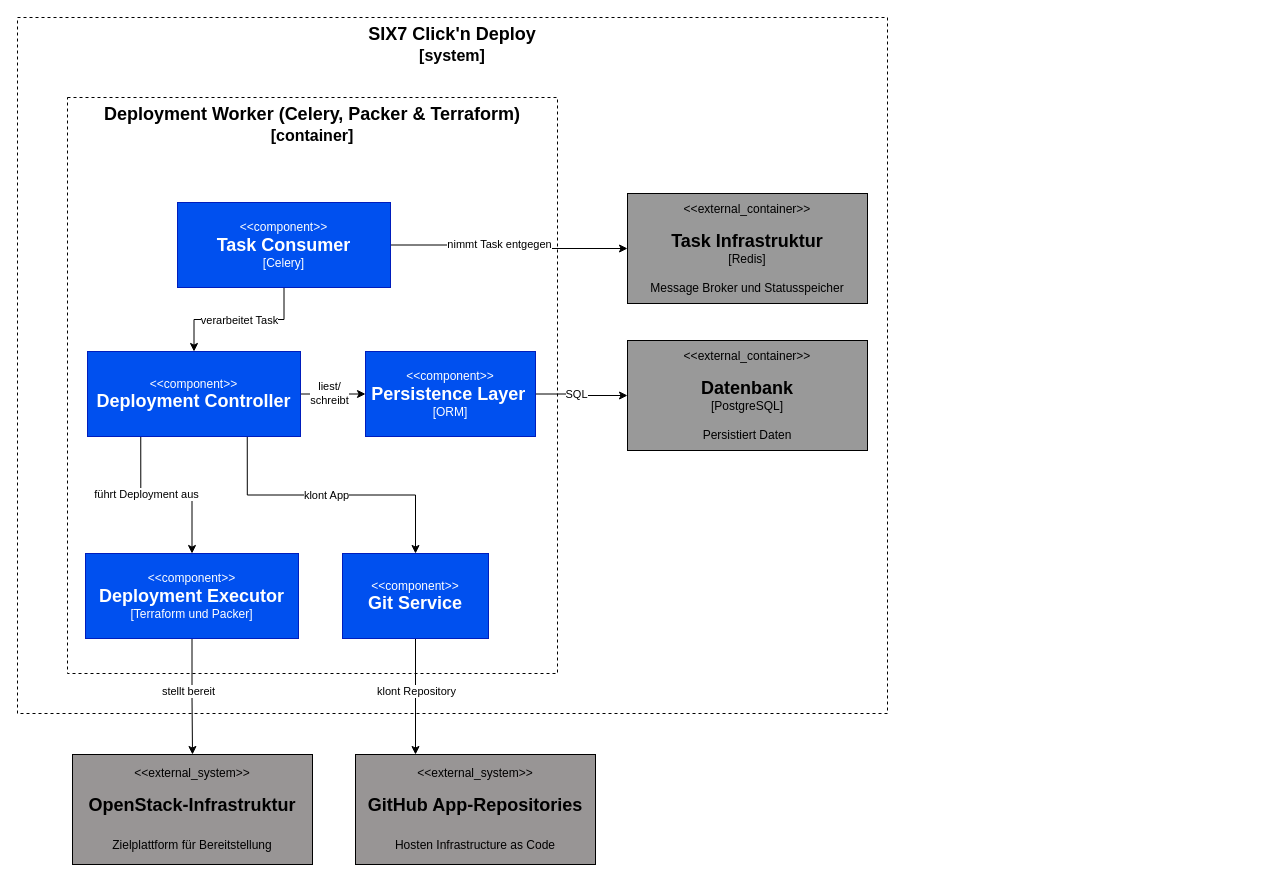
Earlier version of the draw.io diagram docs/c4/c3_worker.drawio (six7-click-n-deploy/.github). Source tidied: cells renumbered, new cells numbered last; positions are measured from the earlier drawing's top-left corner, leaving out a move shared by most shapes. Both pictures are drawn from the tidied source at 100%, with x=0, y=0 at pixel (17, 17).
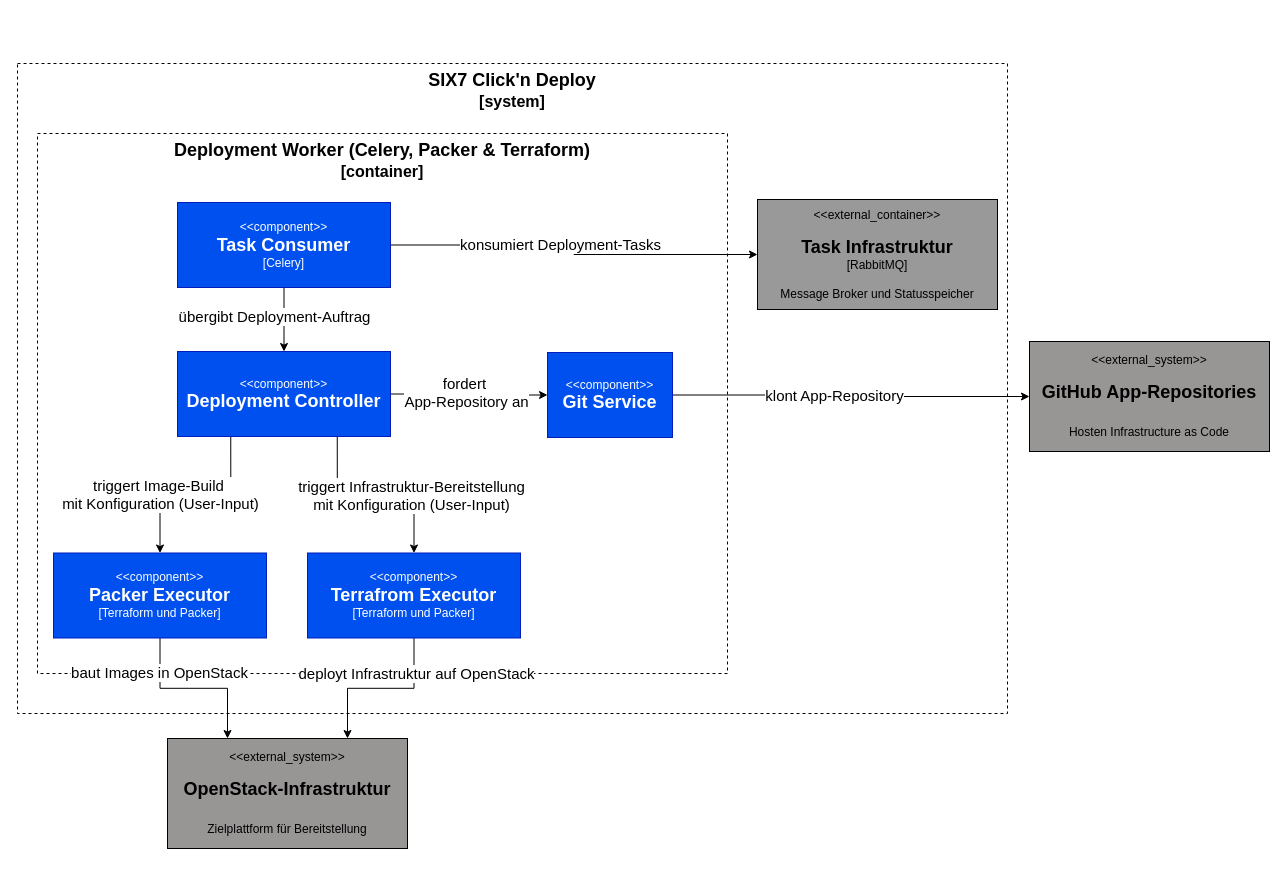
Above is the later version.

Unchanged cells that the change refers to:
```xml
<mxCell id="4" style="edgeStyle=orthogonalEdgeStyle;rounded=0;jettySize=auto;html=1;entryX=0.5;entryY=0;entryDx=0;entryDy=0;" parent="1" edge="1" source="8" target="15">
  <mxGeometry relative="1" as="geometry" />
</mxCell>
<mxCell id="6" style="edgeStyle=orthogonalEdgeStyle;rounded=0;jettySize=auto;html=1;entryX=0;entryY=0.5;entryDx=0;entryDy=0;" parent="1" edge="1" source="8" target="27">
  <mxGeometry relative="1" as="geometry" />
</mxCell>
<mxCell id="9" style="edgeStyle=orthogonalEdgeStyle;rounded=0;jettySize=auto;html=1;entryX=0.5;entryY=0;entryDx=0;entryDy=0;exitX=0.25;exitY=1;exitDx=0;exitDy=0;" parent="1" edge="1" source="15" target="18">
  <mxGeometry relative="1" as="geometry" />
</mxCell>
```

What changed in the source:
```diff
@@
     <mxCell id="2" value="&lt;div&gt;&lt;b style=&quot;background-color: transparent; color: light-dark(rgb(0, 0, 0), rgb(255, 255, 255));&quot;&gt;&lt;span style=&quot;font-size: 18px;&quot;&gt;SIX7 Click'n Deploy&lt;/span&gt;&lt;/b&gt;&lt;/div&gt;&lt;div&gt;&lt;b style=&quot;background-color: transparent; color: light-dark(rgb(0, 0, 0), rgb(255, 255, 255));&quot;&gt;&lt;font size=&quot;3&quot;&gt;[system]&lt;/font&gt;&lt;/b&gt;&lt;/div&gt;&lt;div&gt;&lt;b&gt;&lt;font size=&quot;3&quot;&gt;&lt;br&gt;&lt;/font&gt;&lt;/b&gt;&lt;/div&gt;&lt;div&gt;&lt;b&gt;&lt;font size=&quot;3&quot;&gt;&lt;br&gt;&lt;/font&gt;&lt;/b&gt;&lt;/div&gt;&lt;div&gt;&lt;b&gt;&lt;font size=&quot;3&quot;&gt;&lt;br&gt;&lt;/font&gt;&lt;/b&gt;&lt;/div&gt;&lt;div&gt;&lt;b&gt;&lt;font size=&quot;3&quot;&gt;&lt;br&gt;&lt;/font&gt;&lt;/b&gt;&lt;/div&gt;&lt;div&gt;&lt;b&gt;&lt;font size=&quot;3&quot;&gt;&lt;br&gt;&lt;/font&gt;&lt;/b&gt;&lt;/div&gt;&lt;div&gt;&lt;b&gt;&lt;font size=&quot;3&quot;&gt;&lt;br&gt;&lt;/font&gt;&lt;/b&gt;&lt;/div&gt;&lt;div&gt;&lt;b&gt;&lt;font size=&quot;3&quot;&gt;&lt;br&gt;&lt;/font&gt;&lt;/b&gt;&lt;/div&gt;&lt;div&gt;&lt;b&gt;&lt;font size=&quot;3&quot;&gt;&lt;br&gt;&lt;/font&gt;&lt;/b&gt;&lt;/div&gt;&lt;div&gt;&lt;b&gt;&lt;font size=&quot;3&quot;&gt;&lt;br&gt;&lt;/font&gt;&lt;/b&gt;&lt;/div&gt;&lt;div&gt;&lt;b&gt;&lt;font size=&quot;3&quot;&gt;&lt;br&gt;&lt;/font&gt;&lt;/b&gt;&lt;/div&gt;&lt;div&gt;&lt;b&gt;&lt;font size=&quot;3&quot;&gt;&lt;br&gt;&lt;/font&gt;&lt;/b&gt;&lt;/div&gt;&lt;div&gt;&lt;b&gt;&lt;font size=&quot;3&quot;&gt;&lt;br&gt;&lt;/font&gt;&lt;/b&gt;&lt;/div&gt;&lt;div&gt;&lt;b&gt;&lt;font size=&quot;3&quot;&gt;&lt;br&gt;&lt;/font&gt;&lt;/b&gt;&lt;/div&gt;&lt;div&gt;&lt;b&gt;&lt;font size=&quot;3&quot;&gt;&lt;br&gt;&lt;/font&gt;&lt;/b&gt;&lt;/div&gt;&lt;div&gt;&lt;br&gt;&lt;/div&gt;" style="rounded=0;whiteSpace=wrap;html=1;fillColor=none;dashed=1;verticalAlign=top;" parent="1" vertex="1">
-      <mxGeometry width="870" height="696" as="geometry" />
+      <mxGeometry y="46" width="990" height="650" as="geometry" />
     </mxCell>
     <mxCell id="3" value="&lt;div&gt;&lt;b style=&quot;background-color: transparent; color: light-dark(rgb(0, 0, 0), rgb(255, 255, 255));&quot;&gt;&lt;span style=&quot;font-size: 18px;&quot;&gt;Deployment Worker (Celery, Packer &amp;amp; Terraform)&lt;/span&gt;&lt;/b&gt;&lt;/div&gt;&lt;div&gt;&lt;b style=&quot;background-color: transparent; color: light-dark(rgb(0, 0, 0), rgb(255, 255, 255));&quot;&gt;&lt;font size=&quot;3&quot;&gt;[container]&lt;/font&gt;&lt;/b&gt;&lt;/div&gt;&lt;div&gt;&lt;b&gt;&lt;font size=&quot;3&quot;&gt;&lt;br&gt;&lt;/font&gt;&lt;/b&gt;&lt;/div&gt;&lt;div&gt;&lt;b&gt;&lt;font size=&quot;3&quot;&gt;&lt;br&gt;&lt;/font&gt;&lt;/b&gt;&lt;/div&gt;&lt;div&gt;&lt;b&gt;&lt;font size=&quot;3&quot;&gt;&lt;br&gt;&lt;/font&gt;&lt;/b&gt;&lt;/div&gt;&lt;div&gt;&lt;b&gt;&lt;font size=&quot;3&quot;&gt;&lt;br&gt;&lt;/font&gt;&lt;/b&gt;&lt;/div&gt;&lt;div&gt;&lt;b&gt;&lt;font size=&quot;3&quot;&gt;&lt;br&gt;&lt;/font&gt;&lt;/b&gt;&lt;/div&gt;&lt;div&gt;&lt;b&gt;&lt;font size=&quot;3&quot;&gt;&lt;br&gt;&lt;/font&gt;&lt;/b&gt;&lt;/div&gt;&lt;div&gt;&lt;b&gt;&lt;font size=&quot;3&quot;&gt;&lt;br&gt;&lt;/font&gt;&lt;/b&gt;&lt;/div&gt;&lt;div&gt;&lt;b&gt;&lt;font size=&quot;3&quot;&gt;&lt;br&gt;&lt;/font&gt;&lt;/b&gt;&lt;/div&gt;&lt;div&gt;&lt;b&gt;&lt;font size=&quot;3&quot;&gt;&lt;br&gt;&lt;/font&gt;&lt;/b&gt;&lt;/div&gt;&lt;div&gt;&lt;b&gt;&lt;font size=&quot;3&quot;&gt;&lt;br&gt;&lt;/font&gt;&lt;/b&gt;&lt;/div&gt;&lt;div&gt;&lt;b&gt;&lt;font size=&quot;3&quot;&gt;&lt;br&gt;&lt;/font&gt;&lt;/b&gt;&lt;/div&gt;&lt;div&gt;&lt;b&gt;&lt;font size=&quot;3&quot;&gt;&lt;br&gt;&lt;/font&gt;&lt;/b&gt;&lt;/div&gt;&lt;div&gt;&lt;b&gt;&lt;font size=&quot;3&quot;&gt;&lt;br&gt;&lt;/font&gt;&lt;/b&gt;&lt;/div&gt;&lt;div&gt;&lt;b&gt;&lt;font size=&quot;3&quot;&gt;&lt;br&gt;&lt;/font&gt;&lt;/b&gt;&lt;/div&gt;&lt;div&gt;&lt;br&gt;&lt;/div&gt;" style="rounded=0;whiteSpace=wrap;html=1;fillColor=none;dashed=1;verticalAlign=top;" parent="1" vertex="1">
-      <mxGeometry x="50" y="80" width="490" height="576" as="geometry" />
+      <mxGeometry x="20" y="116" width="690" height="540" as="geometry" />
     </mxCell>
@@
-    <mxCell id="5" value="verarbeitet Task" style="edgeLabel;html=1;align=center;verticalAlign=middle;" parent="4" vertex="1">
+    <mxCell id="5" value="&lt;font style=&quot;font-size: 15px;&quot;&gt;übergibt Deployment-Auftrag&lt;/font&gt;" style="edgeLabel;html=1;align=center;verticalAlign=middle;" parent="4" vertex="1">
       <mxGeometry x="-0.13" relative="1" as="geometry">
         <mxPoint x="-10" as="offset" />
       </mxGeometry>
     </mxCell>
@@
-    <mxCell id="7" value="nimmt Task entgegen" style="edgeLabel;html=1;align=center;verticalAlign=middle;" parent="6" vertex="1">
+    <mxCell id="7" value="&lt;font style=&quot;font-size: 15px;&quot;&gt;konsumiert Deployment-Tasks&lt;/font&gt;" style="edgeLabel;html=1;align=center;verticalAlign=middle;" parent="6" vertex="1">
       <mxGeometry x="-0.1" y="1" relative="1" as="geometry" />
     </mxCell>
@@
-    <mxCell id="10" value="führt Deployment aus" style="edgeLabel;html=1;align=center;verticalAlign=middle;" parent="9" vertex="1">
+    <mxCell id="10" value="&lt;font style=&quot;font-size: 15px;&quot;&gt;triggert Image-Build&amp;nbsp;&lt;/font&gt;&lt;div&gt;&lt;font style=&quot;font-size: 15px;&quot;&gt;mit Konfiguration (User-Input)&lt;/font&gt;&lt;/div&gt;" style="edgeLabel;html=1;align=center;verticalAlign=middle;" parent="9" vertex="1">
       <mxGeometry x="-0.11" y="1" relative="1" as="geometry">
-        <mxPoint x="-11" as="offset" />
+        <mxPoint x="-46" y="-2" as="offset" />
       </mxGeometry>
     </mxCell>
-    <mxCell id="11" style="edgeStyle=orthogonalEdgeStyle;rounded=0;jettySize=auto;html=1;entryX=0.5;entryY=0;entryDx=0;entryDy=0;exitX=0.75;exitY=1;exitDx=0;exitDy=0;" parent="1" edge="1" source="15" target="21">
+    <mxCell id="11" style="edgeStyle=orthogonalEdgeStyle;rounded=0;jettySize=auto;html=1;entryX=0;entryY=0.5;entryDx=0;entryDy=0;" parent="1" edge="1" source="15" target="21">
       <mxGeometry relative="1" as="geometry" />
     </mxCell>
-    <mxCell id="12" value="klont App" style="edgeLabel;html=1;align=center;verticalAlign=middle;" parent="11" vertex="1">
-      <mxGeometry x="-0.15" relative="1" as="geometry">
-        <mxPoint x="16" as="offset" />
-      </mxGeometry>
-    </mxCell>
-    <mxCell id="13" style="edgeStyle=orthogonalEdgeStyle;rounded=0;jettySize=auto;html=1;entryX=0;entryY=0.5;entryDx=0;entryDy=0;" parent="1" edge="1" source="15" target="24">
-      <mxGeometry relative="1" as="geometry" />
-    </mxCell>
-    <mxCell id="14" value="liest/&lt;div&gt;schreibt&lt;/div&gt;" style="edgeLabel;html=1;align=center;verticalAlign=middle;" parent="13" vertex="1">
-      <mxGeometry x="-0.13" y="1" relative="1" as="geometry" />
-    </mxCell>
+    <mxCell id="29" value="&lt;font style=&quot;font-size: 15px;&quot;&gt;fordert&amp;nbsp;&lt;/font&gt;&lt;div&gt;&lt;font style=&quot;font-size: 15px;&quot;&gt;App-Repository an&lt;/font&gt;&lt;/div&gt;" style="edgeLabel;html=1;align=center;verticalAlign=middle;" parent="11" vertex="1">
+      <mxGeometry x="0.37" y="-1" relative="1" as="geometry">
+        <mxPoint x="-32" y="-4" as="offset" />
+      </mxGeometry>
+    </mxCell>
+    <mxCell id="30" style="edgeStyle=orthogonalEdgeStyle;rounded=0;jettySize=auto;html=1;exitX=0.75;exitY=1;exitDx=0;exitDy=0;" parent="1" edge="1" source="15" target="34">
+      <mxGeometry relative="1" as="geometry" />
+    </mxCell>
+    <mxCell id="31" value="&lt;font style=&quot;font-size: 15px;&quot;&gt;triggert Infrastruktur-Bereitstellung&lt;/font&gt;&lt;div&gt;&lt;font style=&quot;font-size: 15px;&quot;&gt;mit Konfiguration (User-Input)&lt;/font&gt;&lt;/div&gt;" style="edgeLabel;html=1;align=center;verticalAlign=middle;" parent="30" vertex="1">
+      <mxGeometry x="0.69" relative="1" as="geometry">
+        <mxPoint x="-3" y="-28" as="offset" />
+      </mxGeometry>
+    </mxCell>
     <mxCell id="15" value="&lt;div&gt;&amp;lt;&amp;lt;component&amp;gt;&amp;gt;&lt;/div&gt;&lt;div&gt;&lt;span style=&quot;background-color: transparent; color: light-dark(rgb(255, 255, 255), rgb(18, 18, 18));&quot;&gt;&lt;span style=&quot;font-size: 18px;&quot;&gt;&lt;b&gt;Deployment Controller&lt;/b&gt;&lt;/span&gt;&lt;/span&gt;&lt;/div&gt;" style="rounded=0;whiteSpace=wrap;html=1;fillColor=#0050ef;fontColor=#ffffff;strokeColor=#001DBC;spacingBottom=0;spacing=2;spacingLeft=0;spacingTop=0;" parent="1" vertex="1">
-      <mxGeometry x="70" y="334" width="213" height="85" as="geometry" />
+      <mxGeometry x="160" y="334" width="213" height="85" as="geometry" />
     </mxCell>
-    <mxCell id="16" style="edgeStyle=orthogonalEdgeStyle;rounded=0;jettySize=auto;html=1;entryX=0.5;entryY=0;entryDx=0;entryDy=0;" parent="1" edge="1" source="18" target="25">
+    <mxCell id="16" style="edgeStyle=orthogonalEdgeStyle;rounded=0;jettySize=auto;html=1;entryX=0.25;entryY=0;entryDx=0;entryDy=0;" parent="1" edge="1" source="18" target="25">
       <mxGeometry relative="1" as="geometry" />
     </mxCell>
-    <mxCell id="17" value="stellt bereit" style="edgeLabel;html=1;align=center;verticalAlign=middle;" parent="16" vertex="1">
+    <mxCell id="17" value="&lt;font style=&quot;font-size: 15px;&quot;&gt;baut Images in OpenStack&lt;/font&gt;" style="edgeLabel;html=1;align=center;verticalAlign=middle;" parent="16" vertex="1">
       <mxGeometry x="-0.13" y="1" relative="1" as="geometry">
-        <mxPoint x="-5" y="1" as="offset" />
+        <mxPoint x="-24" y="-15" as="offset" />
       </mxGeometry>
     </mxCell>
-    <mxCell id="18" value="&lt;div&gt;&amp;lt;&amp;lt;component&amp;gt;&amp;gt;&lt;/div&gt;&lt;div&gt;&lt;span style=&quot;background-color: transparent; color: light-dark(rgb(255, 255, 255), rgb(18, 18, 18));&quot;&gt;&lt;span style=&quot;font-size: 18px;&quot;&gt;&lt;b&gt;Deployment Executor&lt;/b&gt;&lt;/span&gt;&lt;/span&gt;&lt;/div&gt;&lt;div&gt;&lt;span style=&quot;background-color: transparent; color: light-dark(rgb(255, 255, 255), rgb(18, 18, 18));&quot;&gt;[Terraform und Packer&lt;/span&gt;&lt;span style=&quot;background-color: transparent; color: light-dark(rgb(255, 255, 255), rgb(18, 18, 18));&quot;&gt;]&lt;/span&gt;&lt;/div&gt;" style="rounded=0;whiteSpace=wrap;html=1;fillColor=#0050ef;fontColor=#ffffff;strokeColor=#001DBC;spacingBottom=0;spacing=2;spacingLeft=0;spacingTop=0;" parent="1" vertex="1">
-      <mxGeometry x="68" y="536" width="213" height="85" as="geometry" />
+    <mxCell id="18" value="&lt;div&gt;&amp;lt;&amp;lt;component&amp;gt;&amp;gt;&lt;/div&gt;&lt;div&gt;&lt;span style=&quot;background-color: transparent; color: light-dark(rgb(255, 255, 255), rgb(18, 18, 18));&quot;&gt;&lt;span style=&quot;font-size: 18px;&quot;&gt;&lt;b&gt;Packer Executor&lt;/b&gt;&lt;/span&gt;&lt;/span&gt;&lt;/div&gt;&lt;div&gt;&lt;span style=&quot;background-color: transparent; color: light-dark(rgb(255, 255, 255), rgb(18, 18, 18));&quot;&gt;[Terraform und Packer&lt;/span&gt;&lt;span style=&quot;background-color: transparent; color: light-dark(rgb(255, 255, 255), rgb(18, 18, 18));&quot;&gt;]&lt;/span&gt;&lt;/div&gt;" style="rounded=0;whiteSpace=wrap;html=1;fillColor=#0050ef;fontColor=#ffffff;strokeColor=#001DBC;spacingBottom=0;spacing=2;spacingLeft=0;spacingTop=0;" parent="1" vertex="1">
+      <mxGeometry x="36" y="535.5" width="213" height="85" as="geometry" />
     </mxCell>
-    <mxCell id="19" style="edgeStyle=orthogonalEdgeStyle;rounded=0;jettySize=auto;html=1;entryX=0.25;entryY=0;entryDx=0;entryDy=0;" parent="1" edge="1" source="21" target="26">
+    <mxCell id="19" style="edgeStyle=orthogonalEdgeStyle;rounded=0;jettySize=auto;html=1;entryX=0;entryY=0.5;entryDx=0;entryDy=0;" parent="1" edge="1" source="21" target="26">
       <mxGeometry relative="1" as="geometry" />
     </mxCell>
-    <mxCell id="20" value="klont Repository" style="edgeLabel;html=1;align=center;verticalAlign=middle;" parent="19" vertex="1">
+    <mxCell id="20" value="&lt;font style=&quot;font-size: 15px;&quot;&gt;klont App-Repository&lt;/font&gt;" style="edgeLabel;html=1;align=center;verticalAlign=middle;" parent="19" vertex="1">
       <mxGeometry x="-0.1" relative="1" as="geometry" />
     </mxCell>
     <mxCell id="21" value="&lt;div&gt;&amp;lt;&amp;lt;component&amp;gt;&amp;gt;&lt;/div&gt;&lt;div&gt;&lt;span style=&quot;background-color: transparent; color: light-dark(rgb(255, 255, 255), rgb(18, 18, 18));&quot;&gt;&lt;span style=&quot;font-size: 18px;&quot;&gt;&lt;b&gt;Git Service&lt;/b&gt;&lt;/span&gt;&lt;/span&gt;&lt;/div&gt;" style="rounded=0;whiteSpace=wrap;html=1;fillColor=#0050ef;fontColor=#ffffff;strokeColor=#001DBC;spacingBottom=0;spacing=2;spacingLeft=0;spacingTop=0;" parent="1" vertex="1">
-      <mxGeometry x="325" y="536" width="146" height="85" as="geometry" />
+      <mxGeometry x="530" y="335" width="125" height="85" as="geometry" />
     </mxCell>
-    <mxCell id="22" style="edgeStyle=orthogonalEdgeStyle;rounded=0;jettySize=auto;html=1;entryX=0;entryY=0.5;entryDx=0;entryDy=0;" parent="1" edge="1" source="24" target="28">
-      <mxGeometry relative="1" as="geometry" />
-    </mxCell>
-    <mxCell id="23" value="SQL" style="edgeLabel;html=1;align=center;verticalAlign=middle;" parent="22" vertex="1">
-      <mxGeometry x="-0.15" y="-1" relative="1" as="geometry">
-        <mxPoint y="-1" as="offset" />
-      </mxGeometry>
-    </mxCell>
-    <mxCell id="24" value="&lt;div&gt;&amp;lt;&amp;lt;component&amp;gt;&amp;gt;&lt;/div&gt;&lt;div&gt;&lt;span style=&quot;background-color: transparent; color: light-dark(rgb(255, 255, 255), rgb(18, 18, 18));&quot;&gt;&lt;span style=&quot;font-size: 18px;&quot;&gt;&lt;b&gt;Persistence Layer&lt;/b&gt;&lt;/span&gt;&lt;/span&gt;&lt;span style=&quot;background-color: transparent; color: light-dark(rgb(255, 255, 255), rgb(18, 18, 18));&quot;&gt;&amp;nbsp;&lt;/span&gt;&lt;/div&gt;&lt;div&gt;&lt;span style=&quot;background-color: transparent; color: light-dark(rgb(255, 255, 255), rgb(18, 18, 18));&quot;&gt;[ORM]&lt;/span&gt;&lt;/div&gt;" style="rounded=0;whiteSpace=wrap;html=1;fillColor=#0050ef;fontColor=#ffffff;strokeColor=#001DBC;spacingBottom=0;spacing=2;spacingLeft=0;spacingTop=0;" parent="1" vertex="1">
-      <mxGeometry x="348" y="334" width="170" height="85" as="geometry" />
-    </mxCell>
     <mxCell id="25" value="&lt;div&gt;&amp;lt;&amp;lt;external_system&amp;gt;&amp;gt;&lt;/div&gt;&lt;div&gt;&lt;br&gt;&lt;/div&gt;&lt;div&gt;&lt;span style=&quot;background-color: transparent; color: light-dark(rgb(0, 0, 0), rgb(255, 255, 255));&quot;&gt;&lt;span style=&quot;font-size: 18px;&quot;&gt;&lt;b&gt;OpenStack-Infrastruktur&lt;/b&gt;&lt;/span&gt;&lt;/span&gt;&lt;/div&gt;&lt;div&gt;&lt;span style=&quot;background-color: transparent; color: light-dark(rgb(0, 0, 0), rgb(255, 255, 255));&quot;&gt;&lt;span style=&quot;font-size: 18px;&quot;&gt;&lt;br&gt;&lt;/span&gt;&lt;/span&gt;&lt;/div&gt;&lt;div&gt;&lt;span style=&quot;background-color: transparent; color: light-dark(rgb(0, 0, 0), rgb(255, 255, 255));&quot;&gt;Zielplattform für Bereitstellung&lt;/span&gt;&lt;/div&gt;" style="rounded=0;whiteSpace=wrap;html=1;fillColor=light-dark(#989595,#808080);" parent="1" vertex="1">
-      <mxGeometry x="55" y="737" width="240" height="110" as="geometry" />
+      <mxGeometry x="150" y="721" width="240" height="110" as="geometry" />
     </mxCell>
     <mxCell id="26" value="&lt;div&gt;&amp;lt;&amp;lt;external_system&amp;gt;&amp;gt;&lt;/div&gt;&lt;div&gt;&lt;br&gt;&lt;/div&gt;&lt;div&gt;&lt;span style=&quot;font-size: 18px;&quot;&gt;&lt;b&gt;GitHub App-Repositories&lt;/b&gt;&lt;/span&gt;&lt;/div&gt;&lt;div&gt;&lt;span style=&quot;font-size: 18px;&quot;&gt;&lt;br&gt;&lt;/span&gt;&lt;/div&gt;&lt;div&gt;&lt;span style=&quot;background-color: transparent; color: light-dark(rgb(0, 0, 0), rgb(255, 255, 255));&quot;&gt;Hosten Infrastructure as Code&lt;/span&gt;&lt;/div&gt;" style="rounded=0;whiteSpace=wrap;html=1;fillColor=light-dark(#989595,#808080);" parent="1" vertex="1">
-      <mxGeometry x="338" y="737" width="240" height="110" as="geometry" />
+      <mxGeometry x="1012" y="324" width="240" height="110" as="geometry" />
     </mxCell>
-    <mxCell id="27" value="&lt;div&gt;&amp;lt;&amp;lt;external_container&amp;gt;&amp;gt;&lt;/div&gt;&lt;div&gt;&lt;br&gt;&lt;/div&gt;&lt;div&gt;&lt;span style=&quot;font-size: 18px;&quot;&gt;&lt;b&gt;Task Infrastruktur&lt;/b&gt;&lt;/span&gt;&lt;/div&gt;&lt;div&gt;[Redis]&lt;/div&gt;&lt;div&gt;&lt;br&gt;&lt;/div&gt;&lt;div&gt;Message Broker und Statusspeicher&lt;/div&gt;" style="rounded=0;whiteSpace=wrap;html=1;fillColor=light-dark(#999999,#808080);" parent="1" vertex="1">
-      <mxGeometry x="610" y="176" width="240" height="110" as="geometry" />
+    <mxCell id="27" value="&lt;div&gt;&amp;lt;&amp;lt;external_container&amp;gt;&amp;gt;&lt;/div&gt;&lt;div&gt;&lt;br&gt;&lt;/div&gt;&lt;div&gt;&lt;span style=&quot;font-size: 18px;&quot;&gt;&lt;b&gt;Task Infrastruktur&lt;/b&gt;&lt;/span&gt;&lt;/div&gt;&lt;div&gt;[RabbitMQ]&lt;/div&gt;&lt;div&gt;&lt;br&gt;&lt;/div&gt;&lt;div&gt;Message Broker und Statusspeicher&lt;/div&gt;" style="rounded=0;whiteSpace=wrap;html=1;fillColor=light-dark(#999999,#808080);" parent="1" vertex="1">
+      <mxGeometry x="740" y="182" width="240" height="110" as="geometry" />
     </mxCell>
-    <mxCell id="28" value="&lt;div&gt;&amp;lt;&amp;lt;external_container&amp;gt;&amp;gt;&lt;/div&gt;&lt;div&gt;&lt;br&gt;&lt;/div&gt;&lt;div&gt;&lt;span style=&quot;font-size: 18px;&quot;&gt;&lt;b&gt;Datenbank&lt;/b&gt;&lt;/span&gt;&lt;/div&gt;&lt;div&gt;[PostgreSQL]&lt;/div&gt;&lt;div&gt;&lt;br&gt;&lt;/div&gt;&lt;div&gt;Persistiert Daten&lt;/div&gt;" style="rounded=0;whiteSpace=wrap;html=1;fillColor=light-dark(#999999,#808080);" parent="1" vertex="1">
-      <mxGeometry x="610" y="323" width="240" height="110" as="geometry" />
-    </mxCell>
+    <mxCell id="32" style="edgeStyle=orthogonalEdgeStyle;rounded=0;jettySize=auto;html=1;entryX=0.75;entryY=0;entryDx=0;entryDy=0;" parent="1" edge="1" source="34" target="25">
+      <mxGeometry relative="1" as="geometry" />
+    </mxCell>
+    <mxCell id="33" value="&lt;font style=&quot;font-size: 15px;&quot;&gt;deployt Infrastruktur auf OpenStack&lt;/font&gt;" style="edgeLabel;html=1;align=center;verticalAlign=middle;" parent="32" vertex="1">
+      <mxGeometry x="-0.79" y="1" relative="1" as="geometry">
+        <mxPoint x="1" y="17" as="offset" />
+      </mxGeometry>
+    </mxCell>
+    <mxCell id="34" value="&lt;div&gt;&amp;lt;&amp;lt;component&amp;gt;&amp;gt;&lt;/div&gt;&lt;div&gt;&lt;span style=&quot;background-color: transparent; color: light-dark(rgb(255, 255, 255), rgb(18, 18, 18));&quot;&gt;&lt;span style=&quot;font-size: 18px;&quot;&gt;&lt;b&gt;Terrafrom Executor&lt;/b&gt;&lt;/span&gt;&lt;/span&gt;&lt;/div&gt;&lt;div&gt;&lt;span style=&quot;background-color: transparent; color: light-dark(rgb(255, 255, 255), rgb(18, 18, 18));&quot;&gt;[Terraform und Packer&lt;/span&gt;&lt;span style=&quot;background-color: transparent; color: light-dark(rgb(255, 255, 255), rgb(18, 18, 18));&quot;&gt;]&lt;/span&gt;&lt;/div&gt;" style="rounded=0;whiteSpace=wrap;html=1;fillColor=#0050ef;fontColor=#ffffff;strokeColor=#001DBC;spacingBottom=0;spacing=2;spacingLeft=0;spacingTop=0;" parent="1" vertex="1">
+      <mxGeometry x="290" y="535.5" width="213" height="85" as="geometry" />
+    </mxCell>
```
